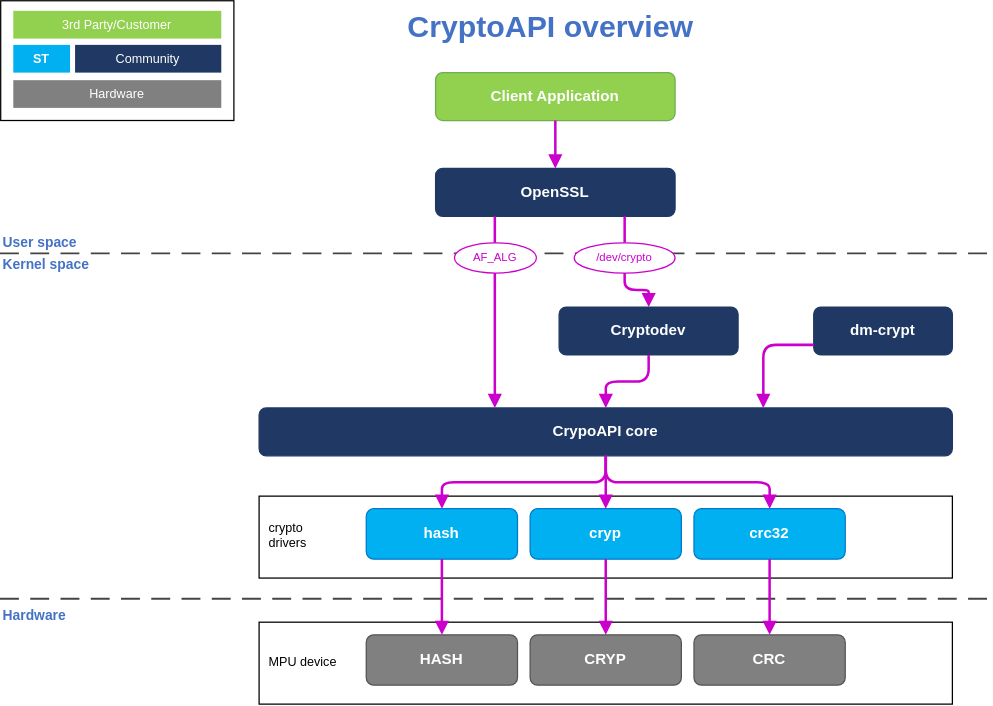
Before: images/drawio.svg, a diagram exported from draw.io (mxvxzzz/stm32-provider). Source tidied: cells renumbered, new cells last; positions are measured from the earlier drawing's top-left corner, leaving out a move shared by most shapes.
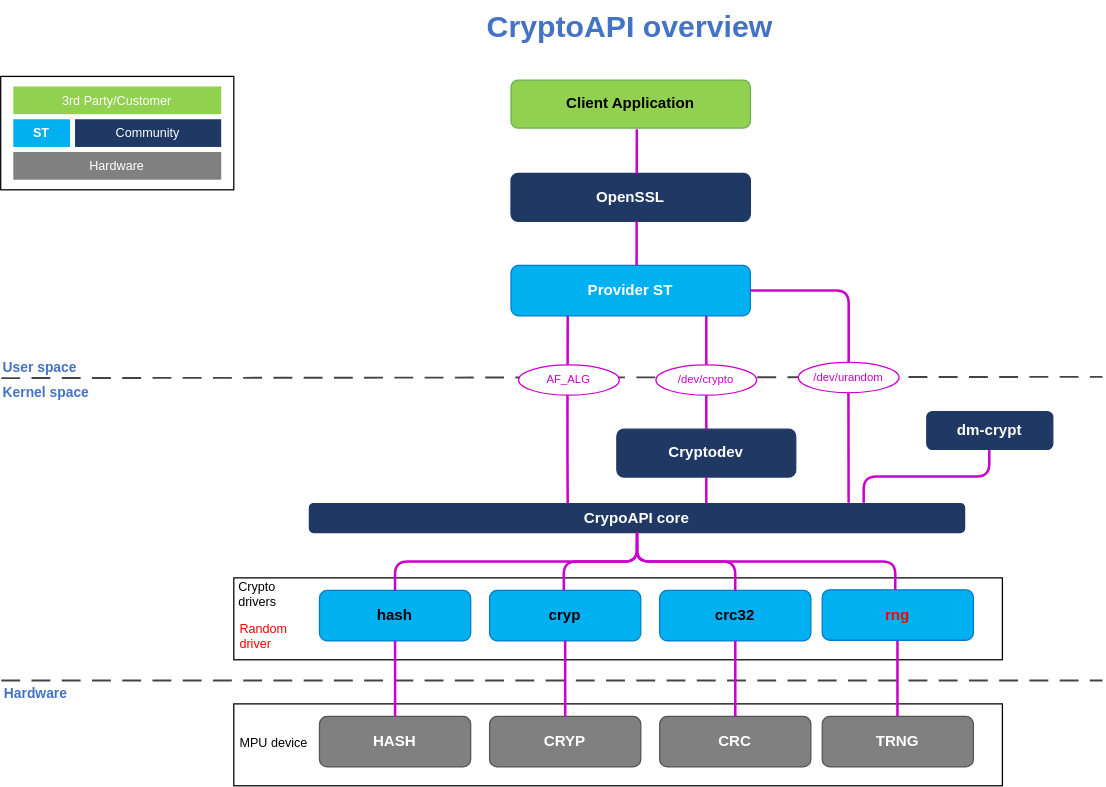
Above is the later version.

What changed in the source:
```diff
@@ -3,148 +3,204 @@
     <mxCell id="0" />
     <mxCell id="1" parent="0" />
     <mxCell id="2" value="CryptoAPI overview" style="text;html=1;fontSize=24;fontColor=#4472C4;fontStyle=1;align=center;" parent="1" vertex="1">
-      <mxGeometry x="246" width="380" height="38" as="geometry" />
+      <mxGeometry x="309" y="-65" width="380" height="38" as="geometry" />
     </mxCell>
-    <mxCell id="3" style="rounded=0;whiteSpace=wrap;html=1;fillColor=none;strokeColor=#000000;" parent="1" vertex="1">
-      <mxGeometry width="185" height="95" as="geometry" />
-    </mxCell>
+    <mxCell id="43" style="rounded=0;whiteSpace=wrap;html=1;fillColor=none;strokeColor=#000000;" parent="1" vertex="1">
+      <mxGeometry y="-5" width="185" height="90" as="geometry" />
+    </mxCell>
     <mxCell id="4" value="&lt;font style=&quot;color: rgb(255, 255, 255);&quot;&gt;3rd Party/Customer&lt;/font&gt;" style="rounded=0;whiteSpace=wrap;html=1;fillColor=#92D050;strokeColor=none;fontSize=10;align=center;fontStyle=0;" parent="1" vertex="1">
-      <mxGeometry x="10" y="8" width="165" height="22" as="geometry" />
+      <mxGeometry x="10" y="3" width="165" height="22" as="geometry" />
     </mxCell>
     <mxCell id="5" value="ST" style="rounded=0;whiteSpace=wrap;html=1;fillColor=#00B0F0;strokeColor=none;fontSize=10;fontColor=#ffffff;fontStyle=1;align=center;" parent="1" vertex="1">
-      <mxGeometry x="10" y="35" width="45" height="22" as="geometry" />
+      <mxGeometry x="10" y="29" width="45" height="22" as="geometry" />
     </mxCell>
     <mxCell id="6" value="&lt;font style=&quot;color: rgb(255, 255, 255);&quot;&gt;Community&lt;/font&gt;" style="rounded=0;whiteSpace=wrap;html=1;fillColor=#1F3864;strokeColor=none;fontSize=10;align=center;fontStyle=0;" parent="1" vertex="1">
-      <mxGeometry x="59" y="35" width="116" height="22" as="geometry" />
+      <mxGeometry x="59" y="29" width="116" height="22" as="geometry" />
     </mxCell>
     <mxCell id="7" value="Hardware" style="rounded=0;whiteSpace=wrap;html=1;fillColor=#808080;strokeColor=none;fontSize=10;fontColor=#ffffff;align=center;fontStyle=0;" parent="1" vertex="1">
-      <mxGeometry x="10" y="63" width="165" height="22" as="geometry" />
+      <mxGeometry x="10" y="55" width="165" height="22" as="geometry" />
     </mxCell>
-    <mxCell id="8" value="&lt;font style=&quot;color: rgb(255, 255, 255);&quot;&gt;Client Application&lt;/font&gt;" style="rounded=1;whiteSpace=wrap;html=1;fillColor=#92D050;strokeColor=#6AAF50;fontStyle=1;fontSize=12;" parent="1" vertex="1">
-      <mxGeometry x="345" y="57" width="190" height="38" as="geometry" />
+    <mxCell id="8" value="Client Application" style="rounded=1;whiteSpace=wrap;html=1;fillColor=#92D050;strokeColor=#6AAF50;fontStyle=1;fontSize=12;" parent="1" vertex="1">
+      <mxGeometry x="405" y="-2" width="190" height="38" as="geometry" />
     </mxCell>
     <mxCell id="9" value="OpenSSL" style="rounded=1;whiteSpace=wrap;html=1;fillColor=#1F3864;strokeColor=#1F3864;fontStyle=1;fontColor=#ffffff;fontSize=12;" parent="1" vertex="1">
-      <mxGeometry x="345" y="133" width="190" height="38" as="geometry" />
+      <mxGeometry x="405" y="72" width="190" height="38" as="geometry" />
     </mxCell>
-    <mxCell id="10" style="edgeStyle=orthogonalEdgeStyle;strokeColor=#CC00CC;strokeWidth=2;endArrow=block;endFill=1;html=1;" parent="1" edge="1" source="8" target="9">
-      <mxGeometry relative="1" as="geometry" />
-    </mxCell>
     <mxCell id="11" value="User space" style="text;html=1;fontSize=11;fontColor=#4472C4;fontStyle=1;align=left;" parent="1" vertex="1">
-      <mxGeometry y="179" width="110" height="20" as="geometry" />
+      <mxGeometry y="213" width="110" height="20" as="geometry" />
     </mxCell>
     <mxCell id="12" value="Kernel space" style="text;html=1;fontSize=11;fontColor=#4472C4;fontStyle=1;align=left;" parent="1" vertex="1">
-      <mxGeometry y="196" width="110" height="20" as="geometry" />
+      <mxGeometry y="233" width="110" height="20" as="geometry" />
     </mxCell>
-    <mxCell id="13" style="endArrow=none;dashed=1;dashPattern=10 6;strokeColor=#444444;strokeWidth=1.5;html=1;" parent="1" edge="1">
-      <mxGeometry relative="1" as="geometry">
-        <mxPoint y="201" as="sourcePoint" />
-        <mxPoint x="785" y="201" as="targetPoint" />
-      </mxGeometry>
-    </mxCell>
-    <mxCell id="14" value="AF_ALG" style="ellipse;whiteSpace=wrap;html=1;fillColor=#ffffff;strokeColor=#CC00CC;fontColor=#CC00CC;fontSize=9;align=center;" parent="1" vertex="1">
-      <mxGeometry x="360" y="192" width="65" height="24" as="geometry" />
-    </mxCell>
+    <mxCell id="44" style="endArrow=none;dashed=1;dashPattern=10 6;strokeColor=#444444;strokeWidth=1.5;html=1;" parent="1" edge="1">
+      <mxGeometry relative="1" as="geometry">
+        <mxPoint x="1" y="235" as="sourcePoint" />
+        <mxPoint x="875" y="234" as="targetPoint" />
+      </mxGeometry>
+    </mxCell>
     <mxCell id="15" value="/dev/crypto" style="ellipse;whiteSpace=wrap;html=1;fillColor=#ffffff;strokeColor=#CC00CC;fontColor=#CC00CC;fontSize=9;align=center;" parent="1" vertex="1">
-      <mxGeometry x="455" y="192" width="80" height="24" as="geometry" />
+      <mxGeometry x="520" y="224" width="80" height="24" as="geometry" />
     </mxCell>
-    <mxCell id="16" style="endArrow=none;strokeColor=#CC00CC;strokeWidth=2;html=1;" parent="1" edge="1">
-      <mxGeometry relative="1" as="geometry">
-        <mxPoint x="392" y="171" as="sourcePoint" />
-        <mxPoint x="392" y="192" as="targetPoint" />
-      </mxGeometry>
-    </mxCell>
-    <mxCell id="17" style="endArrow=none;strokeColor=#CC00CC;strokeWidth=2;html=1;" parent="1" edge="1">
-      <mxGeometry relative="1" as="geometry">
-        <mxPoint x="495" y="171" as="sourcePoint" />
-        <mxPoint x="495" y="192" as="targetPoint" />
-      </mxGeometry>
-    </mxCell>
+    <mxCell id="45" style="endArrow=none;strokeColor=#CC00CC;strokeWidth=2;html=1;" parent="1" edge="1">
+      <mxGeometry relative="1" as="geometry">
+        <mxPoint x="560" y="184" as="sourcePoint" />
+        <mxPoint x="560" y="224" as="targetPoint" />
+      </mxGeometry>
+    </mxCell>
     <mxCell id="18" value="Cryptodev" style="rounded=1;whiteSpace=wrap;html=1;fillColor=#1F3864;strokeColor=#1F3864;fontStyle=1;fontColor=#ffffff;fontSize=12;" parent="1" vertex="1">
-      <mxGeometry x="443" y="243" width="142" height="38" as="geometry" />
+      <mxGeometry x="489" y="275" width="142" height="38" as="geometry" />
     </mxCell>
-    <mxCell id="19" value="dm-crypt" style="rounded=1;whiteSpace=wrap;html=1;fillColor=#1F3864;strokeColor=#1F3864;fontStyle=1;fontColor=#ffffff;fontSize=12;" parent="1" vertex="1">
-      <mxGeometry x="645" y="243" width="110" height="38" as="geometry" />
-    </mxCell>
-    <mxCell id="20" style="edgeStyle=orthogonalEdgeStyle;strokeColor=#CC00CC;strokeWidth=2;endArrow=block;endFill=1;html=1;" parent="1" edge="1" source="15" target="18">
+    <mxCell id="20" style="edgeStyle=orthogonalEdgeStyle;strokeColor=#CC00CC;strokeWidth=2;endArrow=none;endFill=0;html=1;" parent="1" edge="1" source="15" target="18">
       <mxGeometry relative="1" as="geometry" />
     </mxCell>
     <mxCell id="21" value="CrypoAPI core" style="rounded=1;whiteSpace=wrap;html=1;fillColor=#1F3864;strokeColor=#1F3864;fontStyle=1;fontColor=#ffffff;fontSize=12;" parent="1" vertex="1">
-      <mxGeometry x="205" y="323" width="550" height="38" as="geometry" />
+      <mxGeometry x="245" y="334" width="520" height="23" as="geometry" />
     </mxCell>
-    <mxCell id="22" style="edgeStyle=orthogonalEdgeStyle;strokeColor=#CC00CC;strokeWidth=2;endArrow=block;endFill=1;html=1;" parent="1" edge="1">
-      <mxGeometry relative="1" as="geometry">
-        <mxPoint x="392" y="216" as="sourcePoint" />
-        <mxPoint x="392" y="323" as="targetPoint" />
-      </mxGeometry>
-    </mxCell>
-    <mxCell id="23" style="edgeStyle=orthogonalEdgeStyle;strokeColor=#CC00CC;strokeWidth=2;endArrow=block;endFill=1;html=1;" parent="1" edge="1" source="18" target="21">
-      <mxGeometry relative="1" as="geometry" />
-    </mxCell>
-    <mxCell id="24" style="rounded=0;whiteSpace=wrap;html=1;fillColor=#ffffff;strokeColor=#000000;" parent="1" vertex="1">
-      <mxGeometry x="205" y="393" width="550" height="65" as="geometry" />
-    </mxCell>
-    <mxCell id="25" value="crypto&#10;drivers" style="text;html=1;fontSize=10;align=left;verticalAlign=middle;fontStyle=0;" parent="1" vertex="1">
-      <mxGeometry x="211" y="405" width="65" height="38" as="geometry" />
-    </mxCell>
+    <mxCell id="46" style="edgeStyle=orthogonalEdgeStyle;strokeColor=#CC00CC;strokeWidth=2;endArrow=none;endFill=0;html=1;exitX=0.505;exitY=1.046;exitDx=0;exitDy=0;exitPerimeter=0;" parent="1" edge="1">
+      <mxGeometry relative="1" as="geometry">
+        <mxPoint x="449.8" y="247.1" as="sourcePoint" />
+        <mxPoint x="450" y="334" as="targetPoint" />
+      </mxGeometry>
+    </mxCell>
+    <mxCell id="47" style="edgeStyle=orthogonalEdgeStyle;strokeColor=#CC00CC;strokeWidth=2;endArrow=none;endFill=0;html=1;" parent="1" edge="1" source="18">
+      <mxGeometry relative="1" as="geometry">
+        <mxPoint x="560" y="334" as="targetPoint" />
+      </mxGeometry>
+    </mxCell>
+    <mxCell id="48" style="rounded=0;whiteSpace=wrap;html=1;fillColor=#ffffff;strokeColor=#000000;" parent="1" vertex="1">
+      <mxGeometry x="185" y="393" width="610" height="65" as="geometry" />
+    </mxCell>
+    <mxCell id="49" value="Crypto&lt;br&gt;drivers" style="text;html=1;fontSize=10;align=left;verticalAlign=middle;fontStyle=0;" parent="1" vertex="1">
+      <mxGeometry x="187" y="387" width="48" height="38" as="geometry" />
+    </mxCell>
-    <mxCell id="26" value="&lt;font style=&quot;color: rgb(255, 255, 255);&quot;&gt;hash&lt;/font&gt;" style="rounded=1;whiteSpace=wrap;html=1;fillColor=#00B0F0;strokeColor=#007ACC;fontColor=#000000;fontSize=12;fontStyle=1;" parent="1" vertex="1">
-      <mxGeometry x="290" y="403" width="120" height="40" as="geometry" />
+    <mxCell id="26" value="hash" style="rounded=1;whiteSpace=wrap;html=1;fillColor=#00B0F0;strokeColor=#007ACC;fontColor=#000000;fontSize=12;fontStyle=1;" parent="1" vertex="1">
+      <mxGeometry x="253" y="403" width="120" height="40" as="geometry" />
     </mxCell>
-    <mxCell id="27" value="&lt;font style=&quot;color: rgb(255, 255, 255);&quot;&gt;cryp&lt;/font&gt;" style="rounded=1;whiteSpace=wrap;html=1;fillColor=#00B0F0;strokeColor=#007ACC;fontColor=#000000;fontSize=12;fontStyle=1;" parent="1" vertex="1">
-      <mxGeometry x="420" y="403" width="120" height="40" as="geometry" />
+    <mxCell id="27" value="cryp" style="rounded=1;whiteSpace=wrap;html=1;fillColor=#00B0F0;strokeColor=#007ACC;fontColor=#000000;fontSize=12;fontStyle=1;" parent="1" vertex="1">
+      <mxGeometry x="388" y="403" width="120" height="40" as="geometry" />
     </mxCell>
-    <mxCell id="28" value="&lt;font style=&quot;color: rgb(255, 255, 255);&quot;&gt;crc32&lt;/font&gt;" style="rounded=1;whiteSpace=wrap;html=1;fillColor=#00B0F0;strokeColor=#007ACC;fontColor=#000000;fontSize=12;fontStyle=1;" parent="1" vertex="1">
-      <mxGeometry x="550" y="403" width="120" height="40" as="geometry" />
+    <mxCell id="28" value="crc32" style="rounded=1;whiteSpace=wrap;html=1;fillColor=#00B0F0;strokeColor=#007ACC;fontColor=#000000;fontSize=12;fontStyle=1;" parent="1" vertex="1">
+      <mxGeometry x="523" y="403" width="120" height="40" as="geometry" />
     </mxCell>
-    <mxCell id="29" style="edgeStyle=orthogonalEdgeStyle;strokeColor=#CC00CC;strokeWidth=2;endArrow=block;endFill=1;html=1;" parent="1" edge="1" source="21" target="26">
+    <mxCell id="29" style="edgeStyle=orthogonalEdgeStyle;strokeColor=#CC00CC;strokeWidth=2;endArrow=none;endFill=0;html=1;" parent="1" edge="1" source="21" target="26">
       <mxGeometry relative="1" as="geometry" />
     </mxCell>
-    <mxCell id="30" style="edgeStyle=orthogonalEdgeStyle;strokeColor=#CC00CC;strokeWidth=2;endArrow=block;endFill=1;html=1;" parent="1" edge="1" source="21" target="27">
+    <mxCell id="30" style="edgeStyle=orthogonalEdgeStyle;strokeColor=#CC00CC;strokeWidth=2;endArrow=none;endFill=0;html=1;entryX=0.491;entryY=0.001;entryDx=0;entryDy=0;entryPerimeter=0;" parent="1" edge="1" source="21" target="27">
       <mxGeometry relative="1" as="geometry" />
     </mxCell>
-    <mxCell id="31" style="edgeStyle=orthogonalEdgeStyle;strokeColor=#CC00CC;strokeWidth=2;endArrow=block;endFill=1;html=1;" parent="1" edge="1" source="21" target="28">
+    <mxCell id="31" style="edgeStyle=orthogonalEdgeStyle;strokeColor=#CC00CC;strokeWidth=2;endArrow=none;endFill=0;html=1;" parent="1" edge="1" source="21" target="28">
       <mxGeometry relative="1" as="geometry" />
     </mxCell>
     <mxCell id="32" value="Hardware" style="text;html=1;fontSize=11;fontColor=#4472C4;fontStyle=1;align=left;" parent="1" vertex="1">
-      <mxGeometry y="475" width="100" height="20" as="geometry" />
+      <mxGeometry x="1" y="472" width="100" height="20" as="geometry" />
     </mxCell>
-    <mxCell id="33" style="endArrow=none;dashed=1;dashPattern=10 6;strokeColor=#444444;strokeWidth=1.5;html=1;" parent="1" edge="1">
-      <mxGeometry relative="1" as="geometry">
-        <mxPoint y="475" as="sourcePoint" />
-        <mxPoint x="785" y="475" as="targetPoint" />
-      </mxGeometry>
-    </mxCell>
-    <mxCell id="34" style="rounded=0;whiteSpace=wrap;html=1;fillColor=#ffffff;strokeColor=#000000;" parent="1" vertex="1">
-      <mxGeometry x="205" y="493" width="550" height="65" as="geometry" />
-    </mxCell>
+    <mxCell id="50" style="endArrow=none;dashed=1;dashPattern=10 6;strokeColor=#444444;strokeWidth=1.5;html=1;" parent="1" edge="1">
+      <mxGeometry relative="1" as="geometry">
+        <mxPoint x="1" y="475" as="sourcePoint" />
+        <mxPoint x="875" y="475" as="targetPoint" />
+      </mxGeometry>
+    </mxCell>
+    <mxCell id="51" style="rounded=0;whiteSpace=wrap;html=1;fillColor=#ffffff;strokeColor=#000000;" parent="1" vertex="1">
+      <mxGeometry x="185" y="493" width="610" height="65" as="geometry" />
+    </mxCell>
     <mxCell id="35" value="MPU device" style="text;html=1;fontSize=10;align=left;verticalAlign=middle;fontStyle=0;" parent="1" vertex="1">
-      <mxGeometry x="211" y="505" width="68" height="38" as="geometry" />
+      <mxGeometry x="188" y="505" width="57" height="38" as="geometry" />
     </mxCell>
     <mxCell id="36" value="HASH" style="rounded=1;whiteSpace=wrap;html=1;fillColor=#808080;strokeColor=#555555;fontColor=#ffffff;fontSize=12;fontStyle=1;" parent="1" vertex="1">
-      <mxGeometry x="290" y="503" width="120" height="40" as="geometry" />
+      <mxGeometry x="253" y="503" width="120" height="40" as="geometry" />
     </mxCell>
     <mxCell id="37" value="CRYP" style="rounded=1;whiteSpace=wrap;html=1;fillColor=#808080;strokeColor=#555555;fontColor=#ffffff;fontSize=12;fontStyle=1;" parent="1" vertex="1">
-      <mxGeometry x="420" y="503" width="120" height="40" as="geometry" />
+      <mxGeometry x="388" y="503" width="120" height="40" as="geometry" />
     </mxCell>
     <mxCell id="38" value="CRC" style="rounded=1;whiteSpace=wrap;html=1;fillColor=#808080;strokeColor=#555555;fontColor=#ffffff;fontSize=12;fontStyle=1;" parent="1" vertex="1">
-      <mxGeometry x="550" y="503" width="120" height="40" as="geometry" />
+      <mxGeometry x="523" y="503" width="120" height="40" as="geometry" />
     </mxCell>
-    <mxCell id="39" style="edgeStyle=orthogonalEdgeStyle;strokeColor=#CC00CC;strokeWidth=2;endArrow=block;endFill=1;html=1;" parent="1" edge="1" source="26" target="36">
+    <mxCell id="39" style="edgeStyle=orthogonalEdgeStyle;strokeColor=#CC00CC;strokeWidth=2;endArrow=none;endFill=0;html=1;" parent="1" edge="1" source="26" target="36">
       <mxGeometry relative="1" as="geometry" />
     </mxCell>
-    <mxCell id="40" style="edgeStyle=orthogonalEdgeStyle;strokeColor=#CC00CC;strokeWidth=2;endArrow=block;endFill=1;html=1;" parent="1" edge="1" source="27" target="37">
+    <mxCell id="40" style="edgeStyle=orthogonalEdgeStyle;strokeColor=#CC00CC;strokeWidth=2;endArrow=none;endFill=0;html=1;" parent="1" edge="1" source="27" target="37">
       <mxGeometry relative="1" as="geometry" />
     </mxCell>
-    <mxCell id="41" style="edgeStyle=orthogonalEdgeStyle;strokeColor=#CC00CC;strokeWidth=2;endArrow=block;endFill=1;html=1;" parent="1" edge="1" source="28" target="38">
+    <mxCell id="41" style="edgeStyle=orthogonalEdgeStyle;strokeColor=#CC00CC;strokeWidth=2;endArrow=none;endFill=0;html=1;" parent="1" edge="1" source="28" target="38">
       <mxGeometry relative="1" as="geometry" />
     </mxCell>
-    <mxCell id="42" style="edgeStyle=orthogonalEdgeStyle;strokeColor=#CC00CC;strokeWidth=2;endArrow=block;endFill=1;html=1;" parent="1" edge="1">
-      <mxGeometry relative="1" as="geometry">
-        <mxPoint x="645" y="273" as="sourcePoint" />
-        <mxPoint x="605" y="323" as="targetPoint" />
-        <Array as="points">
-          <mxPoint x="605" y="273" />
-        </Array>
-      </mxGeometry>
-    </mxCell>
+    <mxCell id="52" value="&lt;font style=&quot;color: rgb(255, 0, 0);&quot;&gt;rng&lt;/font&gt;" style="rounded=1;whiteSpace=wrap;html=1;fillColor=#00B0F0;strokeColor=#007ACC;fontColor=#000000;fontSize=12;fontStyle=1;" parent="1" vertex="1">
+      <mxGeometry x="652" y="402.5" width="120" height="40" as="geometry" />
+    </mxCell>
+    <mxCell id="53" value="TRNG" style="rounded=1;whiteSpace=wrap;html=1;fillColor=#808080;strokeColor=#555555;fontColor=#ffffff;fontSize=12;fontStyle=1;" parent="1" vertex="1">
+      <mxGeometry x="652" y="503" width="120" height="40" as="geometry" />
+    </mxCell>
+    <mxCell id="54" style="edgeStyle=orthogonalEdgeStyle;strokeColor=#CC00CC;strokeWidth=2;endArrow=none;endFill=0;html=1;entryX=0.483;entryY=-0.003;entryDx=0;entryDy=0;entryPerimeter=0;" parent="1" edge="1" target="52">
+      <mxGeometry relative="1" as="geometry">
+        <mxPoint x="505" y="365" as="sourcePoint" />
+        <Array as="points">
+          <mxPoint x="505" y="380" />
+          <mxPoint x="710" y="380" />
+        </Array>
+      </mxGeometry>
+    </mxCell>
+    <mxCell id="55" style="edgeStyle=orthogonalEdgeStyle;strokeColor=#CC00CC;strokeWidth=2;endArrow=none;endFill=0;html=1;" parent="1" edge="1">
+      <mxGeometry relative="1" as="geometry">
+        <mxPoint x="711.7" y="443" as="sourcePoint" />
+        <mxPoint x="711.7" y="503" as="targetPoint" />
+      </mxGeometry>
+    </mxCell>
+    <mxCell id="14" value="AF_ALG" style="ellipse;whiteSpace=wrap;html=1;fillColor=#ffffff;strokeColor=#CC00CC;fontColor=#CC00CC;fontSize=9;align=center;" parent="1" vertex="1">
+      <mxGeometry x="411" y="224" width="80" height="24" as="geometry" />
+    </mxCell>
+    <mxCell id="56" style="endArrow=none;strokeColor=#CC00CC;strokeWidth=2;html=1;" parent="1" edge="1">
+      <mxGeometry relative="1" as="geometry">
+        <mxPoint x="450" y="184" as="sourcePoint" />
+        <mxPoint x="449.9" y="224" as="targetPoint" />
+      </mxGeometry>
+    </mxCell>
+    <mxCell id="57" value="&lt;font style=&quot;color: rgb(255, 255, 255);&quot;&gt;Provider ST&lt;/font&gt;" style="rounded=1;whiteSpace=wrap;html=1;fillColor=#00B0F0;strokeColor=#007ACC;fontColor=#000000;fontSize=12;fontStyle=1;" parent="1" vertex="1">
+      <mxGeometry x="405" y="145" width="190" height="40" as="geometry" />
+    </mxCell>
+    <mxCell id="58" style="edgeStyle=orthogonalEdgeStyle;strokeColor=#CC00CC;strokeWidth=2;endArrow=none;endFill=0;html=1;" parent="1" edge="1">
+      <mxGeometry relative="1" as="geometry">
+        <mxPoint x="504.7" y="110" as="sourcePoint" />
+        <mxPoint x="505" y="145" as="targetPoint" />
+        <Array as="points">
+          <mxPoint x="504.7" y="145" />
+          <mxPoint x="504.7" y="145" />
+        </Array>
+      </mxGeometry>
+    </mxCell>
+    <mxCell id="59" style="edgeStyle=orthogonalEdgeStyle;strokeColor=#CC00CC;strokeWidth=2;endArrow=none;endFill=0;html=1;" parent="1" edge="1">
+      <mxGeometry relative="1" as="geometry">
+        <mxPoint x="504.9" y="37" as="sourcePoint" />
+        <mxPoint x="505.1" y="72" as="targetPoint" />
+        <Array as="points">
+          <mxPoint x="504.9" y="72" />
+          <mxPoint x="504.9" y="72" />
+        </Array>
+      </mxGeometry>
+    </mxCell>
+    <mxCell id="19" value="dm-crypt" style="rounded=1;whiteSpace=wrap;html=1;fillColor=#1F3864;strokeColor=#1F3864;fontStyle=1;fontColor=#ffffff;fontSize=12;" parent="1" vertex="1">
+      <mxGeometry x="735" y="261" width="100" height="30" as="geometry" />
+    </mxCell>
+    <mxCell id="60" style="edgeStyle=orthogonalEdgeStyle;strokeColor=#CC00CC;strokeWidth=2;endArrow=none;endFill=0;html=1;entryX=0.846;entryY=-0.023;entryDx=0;entryDy=0;entryPerimeter=0;exitX=0.496;exitY=1.018;exitDx=0;exitDy=0;exitPerimeter=0;" parent="1" edge="1" source="19" target="21">
+      <mxGeometry relative="1" as="geometry" />
+    </mxCell>
+    <mxCell id="61" value="&lt;font style=&quot;color: rgb(255, 0, 0);&quot;&gt;Random&lt;br&gt;driver&lt;/font&gt;" style="text;html=1;fontSize=10;align=left;verticalAlign=middle;fontStyle=0;" parent="1" vertex="1">
+      <mxGeometry x="188" y="420" width="48" height="38" as="geometry" />
+    </mxCell>
+    <mxCell id="62" value="/dev/urandom" style="ellipse;whiteSpace=wrap;html=1;fillColor=#ffffff;strokeColor=#CC00CC;fontColor=#CC00CC;fontSize=9;align=center;" parent="1" vertex="1">
+      <mxGeometry x="633" y="222" width="80" height="24" as="geometry" />
+    </mxCell>
+    <mxCell id="63" style="endArrow=none;strokeColor=#CC00CC;strokeWidth=2;html=1;exitX=1;exitY=0.5;exitDx=0;exitDy=0;entryX=0.5;entryY=0;entryDx=0;entryDy=0;" parent="1" edge="1" source="57" target="62">
+      <mxGeometry relative="1" as="geometry">
+        <Array as="points">
+          <mxPoint x="673" y="165" />
+          <mxPoint x="673" y="193" />
+        </Array>
+      </mxGeometry>
+    </mxCell>
+    <mxCell id="64" style="endArrow=none;strokeColor=#CC00CC;strokeWidth=2;html=1;entryX=0.823;entryY=-0.025;entryDx=0;entryDy=0;entryPerimeter=0;" parent="1" edge="1" target="21">
+      <mxGeometry relative="1" as="geometry">
+        <mxPoint x="672.8" y="246" as="sourcePoint" />
+      </mxGeometry>
+    </mxCell>
   </root>
 </mxGraphModel>
```
